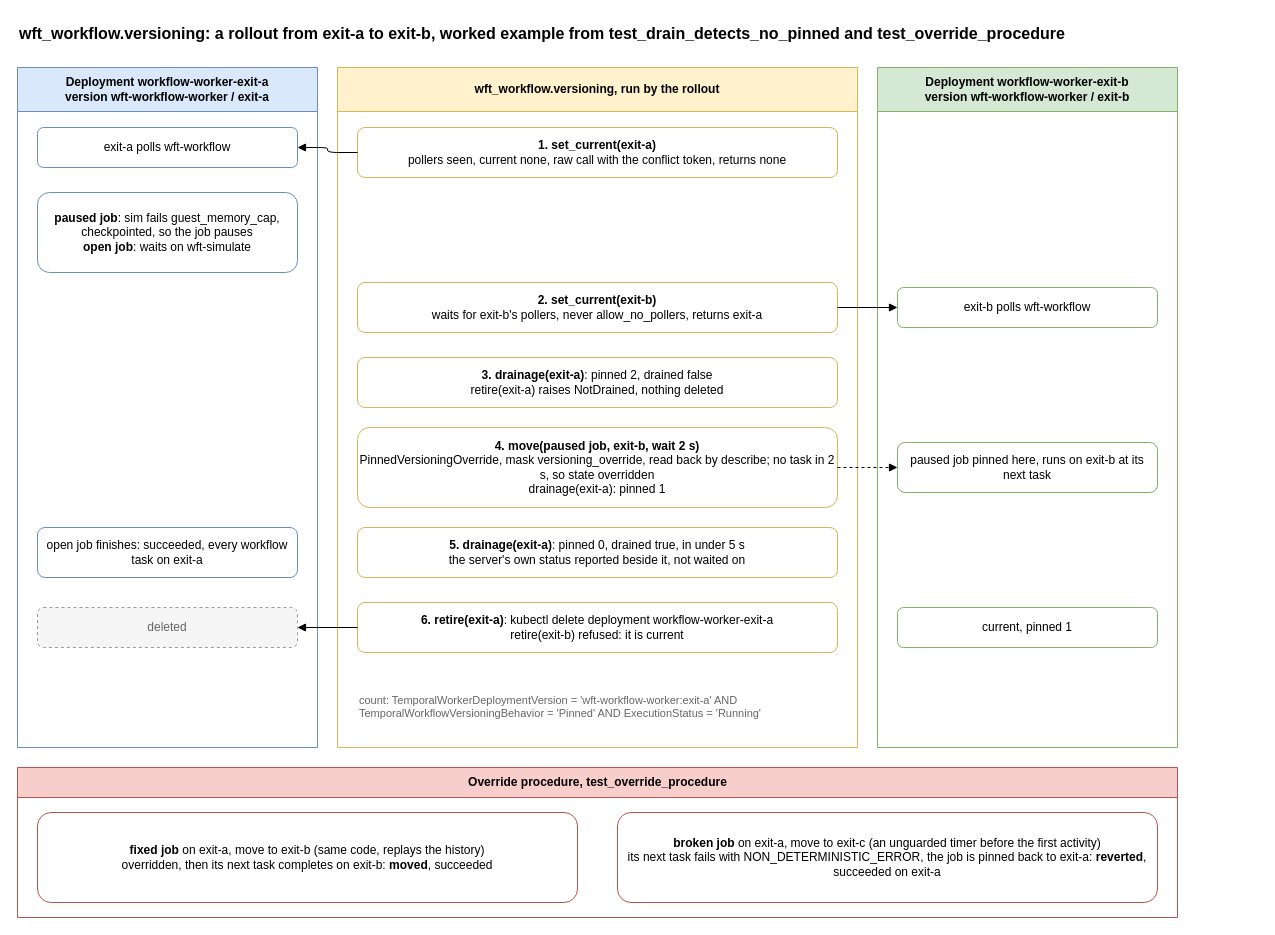
Above: packages/workflow/versioning.drawio in AndoNorth/disyard (draw.io), before the change. Source tidied: cells renumbered, new cells numbered last; positions are measured from the earlier drawing's top-left corner, leaving out a move shared by most shapes. Both pictures are drawn from the tidied source at 100%, with x=0, y=0 at pixel (17, 17).
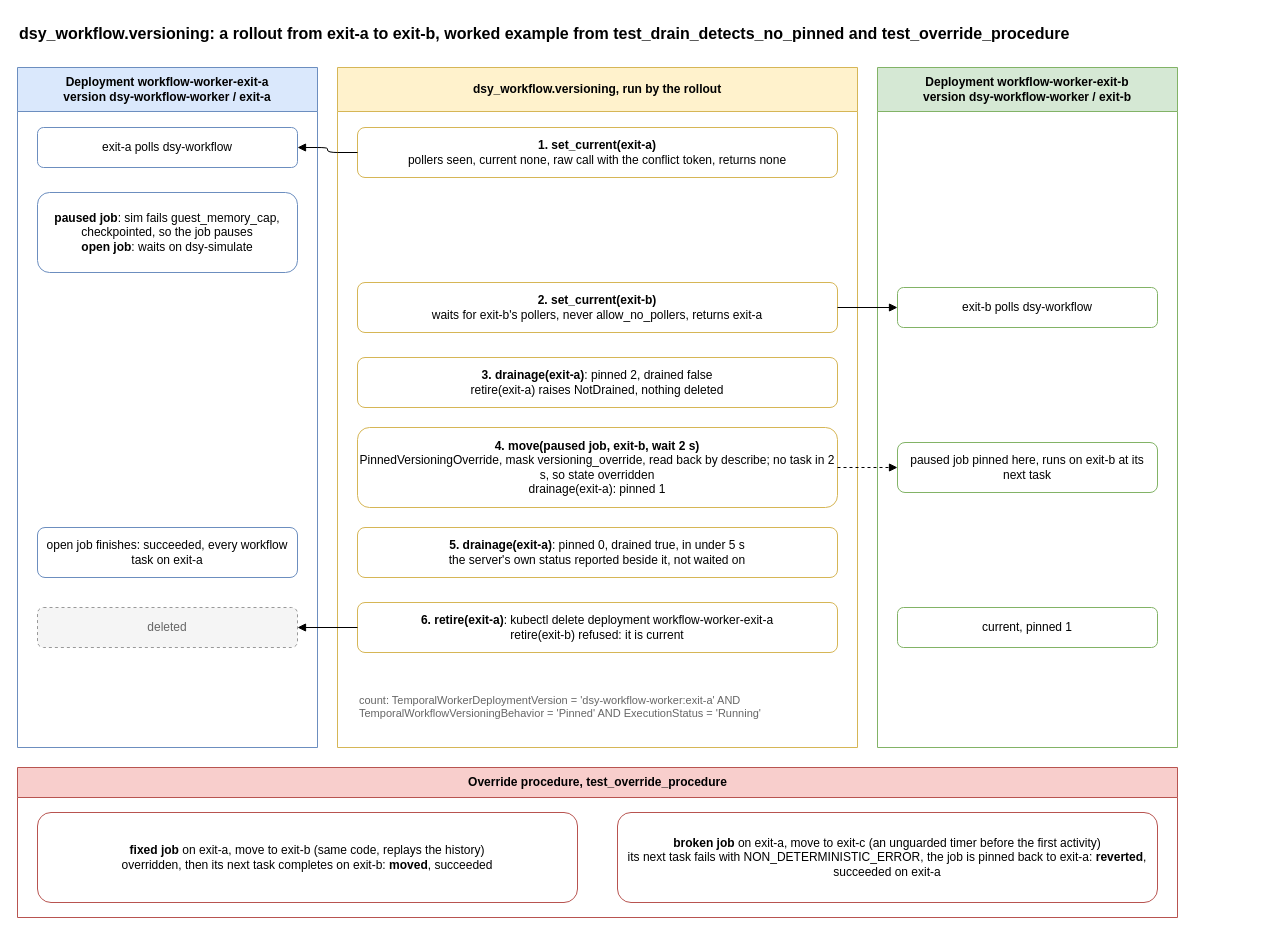
Above is the later version.

Diff of the diagram source:
```diff
@@
-    <mxCell id="2" value="wft_workflow.versioning: a rollout from exit-a to exit-b, worked example from test_drain_detects_no_pinned and test_override_procedure" style="text;html=1;fontSize=16;fontStyle=1;align=left;" parent="1" vertex="1">
+    <mxCell id="2" value="dsy_workflow.versioning: a rollout from exit-a to exit-b, worked example from test_drain_detects_no_pinned and test_override_procedure" style="text;html=1;fontSize=16;fontStyle=1;align=left;" parent="1" vertex="1">
       <mxGeometry width="1240" height="30" as="geometry" />
     </mxCell>
-    <mxCell id="3" value="Deployment workflow-worker-exit-a&lt;br&gt;version wft-workflow-worker / exit-a" style="swimlane;startSize=44;html=1;fillColor=#dae8fc;strokeColor=#6c8ebf;fontStyle=1;whiteSpace=wrap;" parent="1" vertex="1">
+    <mxCell id="3" value="Deployment workflow-worker-exit-a&lt;br&gt;version dsy-workflow-worker / exit-a" style="swimlane;startSize=44;html=1;fillColor=#dae8fc;strokeColor=#6c8ebf;fontStyle=1;whiteSpace=wrap;" parent="1" vertex="1">
       <mxGeometry y="50" width="300" height="680" as="geometry" />
     </mxCell>
-    <mxCell id="4" value="wft_workflow.versioning, run by the rollout" style="swimlane;startSize=44;html=1;fillColor=#fff2cc;strokeColor=#d6b656;fontStyle=1;whiteSpace=wrap;" parent="1" vertex="1">
+    <mxCell id="4" value="dsy_workflow.versioning, run by the rollout" style="swimlane;startSize=44;html=1;fillColor=#fff2cc;strokeColor=#d6b656;fontStyle=1;whiteSpace=wrap;" parent="1" vertex="1">
       <mxGeometry x="320" y="50" width="520" height="680" as="geometry" />
     </mxCell>
-    <mxCell id="5" value="Deployment workflow-worker-exit-b&lt;br&gt;version wft-workflow-worker / exit-b" style="swimlane;startSize=44;html=1;fillColor=#d5e8d4;strokeColor=#82b366;fontStyle=1;whiteSpace=wrap;" parent="1" vertex="1">
+    <mxCell id="5" value="Deployment workflow-worker-exit-b&lt;br&gt;version dsy-workflow-worker / exit-b" style="swimlane;startSize=44;html=1;fillColor=#d5e8d4;strokeColor=#82b366;fontStyle=1;whiteSpace=wrap;" parent="1" vertex="1">
       <mxGeometry x="860" y="50" width="300" height="680" as="geometry" />
     </mxCell>
-    <mxCell id="6" value="exit-a polls wft-workflow" style="rounded=1;whiteSpace=wrap;html=1;fillColor=#ffffff;strokeColor=#6c8ebf;" parent="3" vertex="1">
+    <mxCell id="6" value="exit-a polls dsy-workflow" style="rounded=1;whiteSpace=wrap;html=1;fillColor=#ffffff;strokeColor=#6c8ebf;" parent="3" vertex="1">
       <mxGeometry x="20" y="60" width="260" height="40" as="geometry" />
     </mxCell>
@@
-    <mxCell id="8" value="&lt;b&gt;paused job&lt;/b&gt;: sim fails guest_memory_cap, checkpointed, so the job pauses&lt;br&gt;&lt;b&gt;open job&lt;/b&gt;: waits on wft-simulate" style="rounded=1;whiteSpace=wrap;html=1;fillColor=#ffffff;strokeColor=#6c8ebf;" parent="3" vertex="1">
+    <mxCell id="8" value="&lt;b&gt;paused job&lt;/b&gt;: sim fails guest_memory_cap, checkpointed, so the job pauses&lt;br&gt;&lt;b&gt;open job&lt;/b&gt;: waits on dsy-simulate" style="rounded=1;whiteSpace=wrap;html=1;fillColor=#ffffff;strokeColor=#6c8ebf;" parent="3" vertex="1">
       <mxGeometry x="20" y="125" width="260" height="80" as="geometry" />
     </mxCell>
-    <mxCell id="9" value="exit-b polls wft-workflow" style="rounded=1;whiteSpace=wrap;html=1;fillColor=#ffffff;strokeColor=#82b366;" parent="5" vertex="1">
+    <mxCell id="9" value="exit-b polls dsy-workflow" style="rounded=1;whiteSpace=wrap;html=1;fillColor=#ffffff;strokeColor=#82b366;" parent="5" vertex="1">
       <mxGeometry x="20" y="220" width="260" height="40" as="geometry" />
     </mxCell>
@@
-    <mxCell id="19" value="count: TemporalWorkerDeploymentVersion = 'wft-workflow-worker:exit-a' AND TemporalWorkflowVersioningBehavior = 'Pinned' AND ExecutionStatus = 'Running'" style="text;html=1;whiteSpace=wrap;align=left;fontSize=11;fontColor=#666666;" parent="4" vertex="1">
+    <mxCell id="19" value="count: TemporalWorkerDeploymentVersion = 'dsy-workflow-worker:exit-a' AND TemporalWorkflowVersioningBehavior = 'Pinned' AND ExecutionStatus = 'Running'" style="text;html=1;whiteSpace=wrap;align=left;fontSize=11;fontColor=#666666;" parent="4" vertex="1">
       <mxGeometry x="20" y="620" width="480" height="40" as="geometry" />
     </mxCell>
```
